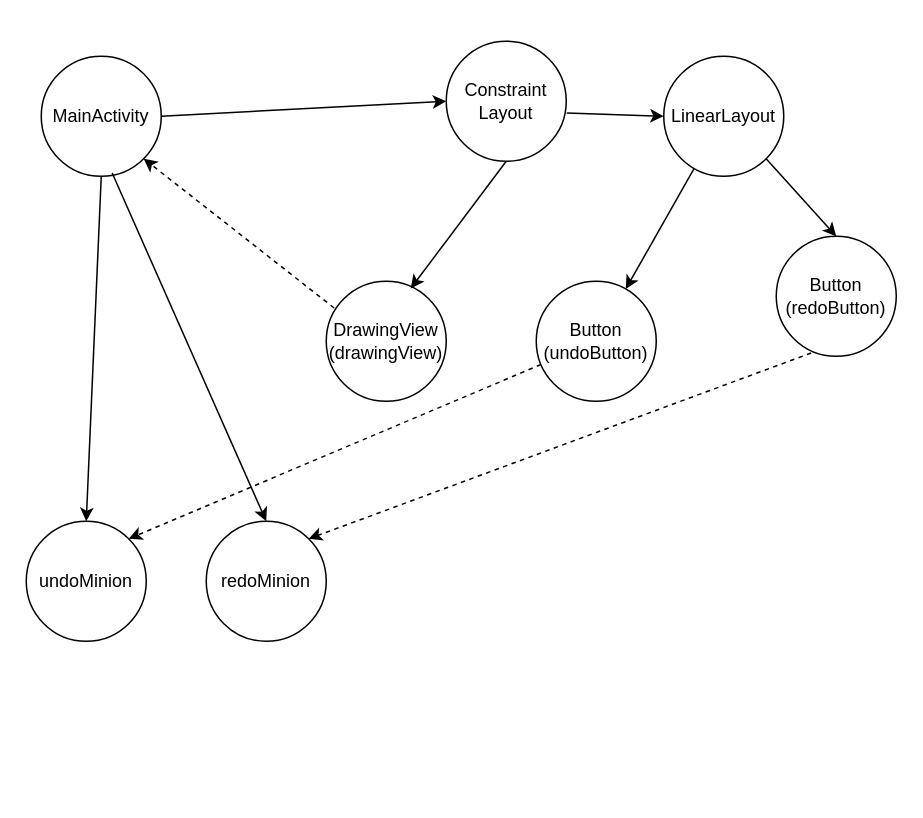
Above: Draw/diagrams/draw_object_graph.drawio in isel-leic-poo/19-20-2-LI23D (draw.io), before the change. Source tidied: cells renumbered, new cells numbered last; positions are measured from the earlier drawing's top-left corner, leaving out a move shared by most shapes. Both pictures are drawn from the tidied source at 150%, with x=0, y=0 at pixel (26, 40).
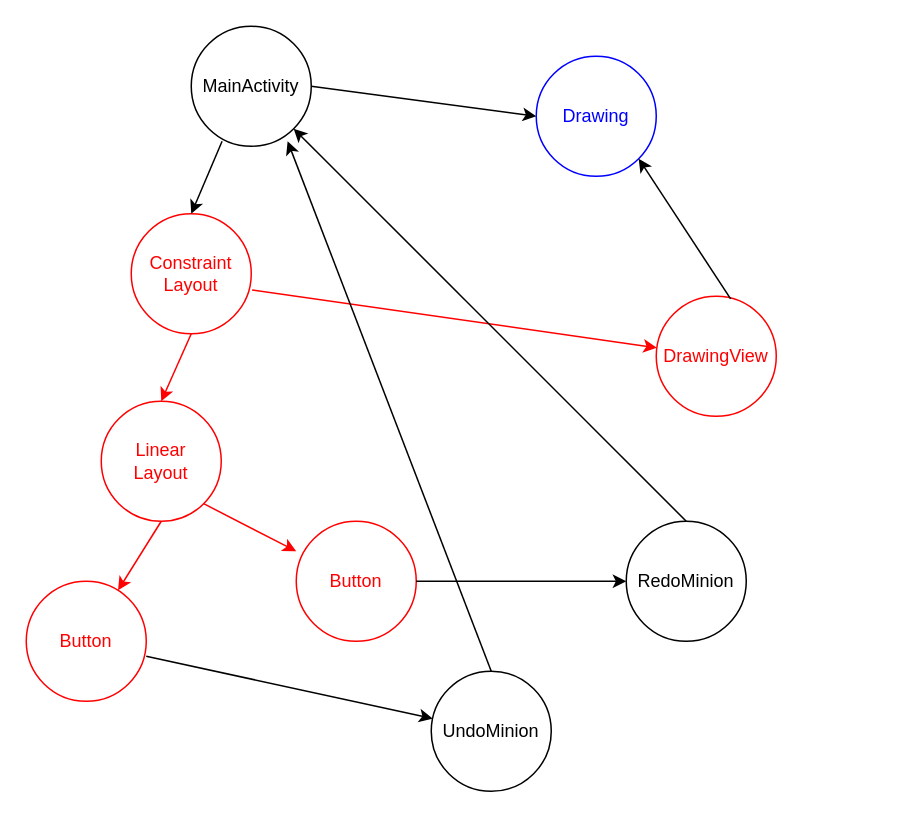
After the change.

Commit message (it also covers changes not shown here):
Adiciona os diagramas apresentados durante o desenvolvimento da aplicação Draw

Diff of the diagram source:
```diff
@@
     <mxCell id="2" value="MainActivity" style="ellipse;whiteSpace=wrap;html=1;" parent="1" vertex="1">
-      <mxGeometry x="10" y="10" width="80" height="80" as="geometry" />
+      <mxGeometry x="110" y="-10" width="80" height="80" as="geometry" />
     </mxCell>
-    <mxCell id="3" value="DrawingView&lt;br&gt;(drawingView)" style="ellipse;whiteSpace=wrap;html=1;" parent="1" vertex="1">
-      <mxGeometry x="200" y="160" width="80" height="80" as="geometry" />
-    </mxCell>
-    <mxCell id="4" style="endArrow=none;startArrow=classic;html=1;exitX=0.704;exitY=0.06;exitDx=0;exitDy=0;exitPerimeter=0;startFill=1;endFill=0;entryX=0.5;entryY=1;entryDx=0;entryDy=0;" parent="1" edge="1" source="3" target="10">
-      <mxGeometry relative="1" as="geometry" />
-    </mxCell>
-    <mxCell id="5" value="LinearLayout" style="ellipse;whiteSpace=wrap;html=1;" parent="1" vertex="1">
-      <mxGeometry x="425" y="10" width="80" height="80" as="geometry" />
-    </mxCell>
-    <mxCell id="6" value="Button&lt;br&gt;(undoButton)" style="ellipse;whiteSpace=wrap;html=1;" parent="1" vertex="1">
-      <mxGeometry x="340" y="160" width="80" height="80" as="geometry" />
-    </mxCell>
-    <mxCell id="7" value="Button&lt;br&gt;(redoButton)" style="ellipse;whiteSpace=wrap;html=1;" parent="1" vertex="1">
-      <mxGeometry x="500" y="130" width="80" height="80" as="geometry" />
-    </mxCell>
-    <mxCell id="8" style="endArrow=none;startArrow=classic;html=1;startFill=1;endFill=0;" parent="1" edge="1" source="6" target="5">
-      <mxGeometry relative="1" as="geometry" />
-    </mxCell>
-    <mxCell id="9" style="endArrow=none;startArrow=classic;html=1;startFill=1;endFill=0;entryX=1;entryY=1;entryDx=0;entryDy=0;exitX=0.5;exitY=0;exitDx=0;exitDy=0;" parent="1" edge="1" source="7" target="5">
-      <mxGeometry relative="1" as="geometry" />
-    </mxCell>
+    <mxCell id="20" value="Drawing" style="ellipse;whiteSpace=wrap;html=1;fontColor=#0000FF;strokeColor=#0000FF;" parent="1" vertex="1">
+      <mxGeometry x="340" y="10" width="80" height="80" as="geometry" />
+    </mxCell>
+    <mxCell id="21" value="DrawingView" style="ellipse;whiteSpace=wrap;html=1;strokeColor=#FF0000;fontColor=#FF0000;" parent="1" vertex="1">
+      <mxGeometry x="420" y="170" width="80" height="80" as="geometry" />
+    </mxCell>
+    <mxCell id="22" style="endArrow=classic;html=1;entryX=0;entryY=0.5;entryDx=0;entryDy=0;exitX=1;exitY=0.5;exitDx=0;exitDy=0;" parent="1" edge="1" source="2" target="20">
+      <mxGeometry relative="1" as="geometry" />
+    </mxCell>
-    <mxCell id="10" value="Constraint&lt;br&gt;Layout" style="ellipse;whiteSpace=wrap;html=1;" parent="1" vertex="1">
-      <mxGeometry x="280" width="80" height="80" as="geometry" />
+    <mxCell id="10" value="Constraint&lt;br&gt;Layout" style="ellipse;whiteSpace=wrap;html=1;strokeColor=#FF0000;fontColor=#FF0000;" parent="1" vertex="1">
+      <mxGeometry x="70" y="115" width="80" height="80" as="geometry" />
     </mxCell>
-    <mxCell id="11" style="endArrow=none;startArrow=classic;html=1;exitX=0;exitY=0.5;exitDx=0;exitDy=0;startFill=1;endFill=0;entryX=1.004;entryY=0.598;entryDx=0;entryDy=0;entryPerimeter=0;" parent="1" edge="1" source="5" target="10">
-      <mxGeometry relative="1" as="geometry" />
-    </mxCell>
-    <mxCell id="12" style="endArrow=none;startArrow=classic;html=1;startFill=1;endFill=0;entryX=0.5;entryY=1;entryDx=0;entryDy=0;exitX=0.5;exitY=0;exitDx=0;exitDy=0;" parent="1" edge="1" source="16" target="2">
-      <mxGeometry relative="1" as="geometry" />
-    </mxCell>
-    <mxCell id="13" style="endArrow=classic;html=1;entryX=1;entryY=1;entryDx=0;entryDy=0;exitX=0.066;exitY=0.223;exitDx=0;exitDy=0;exitPerimeter=0;dashed=1;" parent="1" edge="1" source="3" target="2">
-      <mxGeometry relative="1" as="geometry" />
-    </mxCell>
-    <mxCell id="14" style="endArrow=classic;html=1;dashed=1;entryX=1;entryY=0;entryDx=0;entryDy=0;" parent="1" edge="1" source="6" target="16">
-      <mxGeometry relative="1" as="geometry" />
-    </mxCell>
-    <mxCell id="15" style="endArrow=classic;html=1;dashed=1;entryX=1;entryY=0;entryDx=0;entryDy=0;exitX=0.291;exitY=0.973;exitDx=0;exitDy=0;exitPerimeter=0;" parent="1" edge="1" source="7" target="17">
-      <mxGeometry relative="1" as="geometry" />
-    </mxCell>
-    <mxCell id="16" value="undoMinion" style="ellipse;whiteSpace=wrap;html=1;" parent="1" vertex="1">
-      <mxGeometry y="320" width="80" height="80" as="geometry" />
-    </mxCell>
-    <mxCell id="17" value="redoMinion" style="ellipse;whiteSpace=wrap;html=1;" parent="1" vertex="1">
-      <mxGeometry x="120" y="320" width="80" height="80" as="geometry" />
-    </mxCell>
-    <mxCell id="18" style="endArrow=none;startArrow=classic;html=1;startFill=1;endFill=0;entryX=0.591;entryY=0.973;entryDx=0;entryDy=0;exitX=0.5;exitY=0;exitDx=0;exitDy=0;entryPerimeter=0;" parent="1" edge="1" source="17" target="2">
-      <mxGeometry relative="1" as="geometry" />
-    </mxCell>
-    <mxCell id="19" style="endArrow=none;startArrow=classic;html=1;startFill=1;endFill=0;entryX=1;entryY=0.5;entryDx=0;entryDy=0;exitX=0;exitY=0.5;exitDx=0;exitDy=0;" parent="1" edge="1" source="10" target="2">
-      <mxGeometry relative="1" as="geometry" />
-    </mxCell>
+    <mxCell id="23" value="Linear&lt;br&gt;Layout" style="ellipse;whiteSpace=wrap;html=1;strokeColor=#FF0000;fontColor=#FF0000;" parent="1" vertex="1">
+      <mxGeometry x="50" y="240" width="80" height="80" as="geometry" />
+    </mxCell>
+    <mxCell id="24" value="Button" style="ellipse;whiteSpace=wrap;html=1;strokeColor=#FF0000;fontColor=#FF0000;" parent="1" vertex="1">
+      <mxGeometry y="360" width="80" height="80" as="geometry" />
+    </mxCell>
+    <mxCell id="25" value="Button" style="ellipse;whiteSpace=wrap;html=1;strokeColor=#FF0000;fontColor=#FF0000;" parent="1" vertex="1">
+      <mxGeometry x="180" y="320" width="80" height="80" as="geometry" />
+    </mxCell>
+    <mxCell id="26" style="endArrow=classic;html=1;entryX=0.5;entryY=0;entryDx=0;entryDy=0;exitX=0.257;exitY=0.958;exitDx=0;exitDy=0;exitPerimeter=0;" parent="1" edge="1" source="2" target="10">
+      <mxGeometry relative="1" as="geometry" />
+    </mxCell>
+    <mxCell id="27" style="endArrow=classic;html=1;exitX=1.007;exitY=0.635;exitDx=0;exitDy=0;exitPerimeter=0;strokeColor=#FF0000;" parent="1" edge="1" source="10" target="21">
+      <mxGeometry relative="1" as="geometry" />
+    </mxCell>
+    <mxCell id="28" style="endArrow=classic;html=1;entryX=0.5;entryY=0;entryDx=0;entryDy=0;exitX=0.5;exitY=1;exitDx=0;exitDy=0;strokeColor=#FF0000;" parent="1" edge="1" source="10" target="23">
+      <mxGeometry relative="1" as="geometry" />
+    </mxCell>
+    <mxCell id="29" style="endArrow=classic;html=1;exitX=0.5;exitY=1;exitDx=0;exitDy=0;strokeColor=#FF0000;" parent="1" edge="1" source="23" target="24">
+      <mxGeometry relative="1" as="geometry" />
+    </mxCell>
+    <mxCell id="30" style="endArrow=classic;html=1;exitX=1;exitY=1;exitDx=0;exitDy=0;entryX=0;entryY=0.25;entryDx=0;entryDy=0;entryPerimeter=0;strokeColor=#FF0000;" parent="1" edge="1" source="23" target="25">
+      <mxGeometry relative="1" as="geometry" />
+    </mxCell>
+    <mxCell id="31" style="endArrow=classic;html=1;entryX=1;entryY=1;entryDx=0;entryDy=0;exitX=0.62;exitY=0.022;exitDx=0;exitDy=0;exitPerimeter=0;" parent="1" edge="1" source="21" target="20">
+      <mxGeometry relative="1" as="geometry" />
+    </mxCell>
+    <mxCell id="32" value="RedoMinion" style="ellipse;whiteSpace=wrap;html=1;" parent="1" vertex="1">
+      <mxGeometry x="400" y="320" width="80" height="80" as="geometry" />
+    </mxCell>
+    <mxCell id="33" value="UndoMinion" style="ellipse;whiteSpace=wrap;html=1;" parent="1" vertex="1">
+      <mxGeometry x="270" y="420" width="80" height="80" as="geometry" />
+    </mxCell>
+    <mxCell id="34" style="endArrow=classic;html=1;exitX=1;exitY=0.625;exitDx=0;exitDy=0;exitPerimeter=0;" parent="1" edge="1" source="24" target="33">
+      <mxGeometry relative="1" as="geometry" />
+    </mxCell>
+    <mxCell id="35" style="endArrow=classic;html=1;exitX=1;exitY=0.5;exitDx=0;exitDy=0;entryX=0;entryY=0.5;entryDx=0;entryDy=0;" parent="1" edge="1" source="25" target="32">
+      <mxGeometry relative="1" as="geometry" />
+    </mxCell>
+    <mxCell id="36" style="endArrow=classic;html=1;exitX=0.5;exitY=0;exitDx=0;exitDy=0;" parent="1" edge="1" source="32" target="2">
+      <mxGeometry relative="1" as="geometry" />
+    </mxCell>
+    <mxCell id="37" style="endArrow=classic;html=1;exitX=0.5;exitY=0;exitDx=0;exitDy=0;entryX=0.803;entryY=0.958;entryDx=0;entryDy=0;entryPerimeter=0;" parent="1" edge="1" source="33" target="2">
+      <mxGeometry relative="1" as="geometry" />
+    </mxCell>
```
